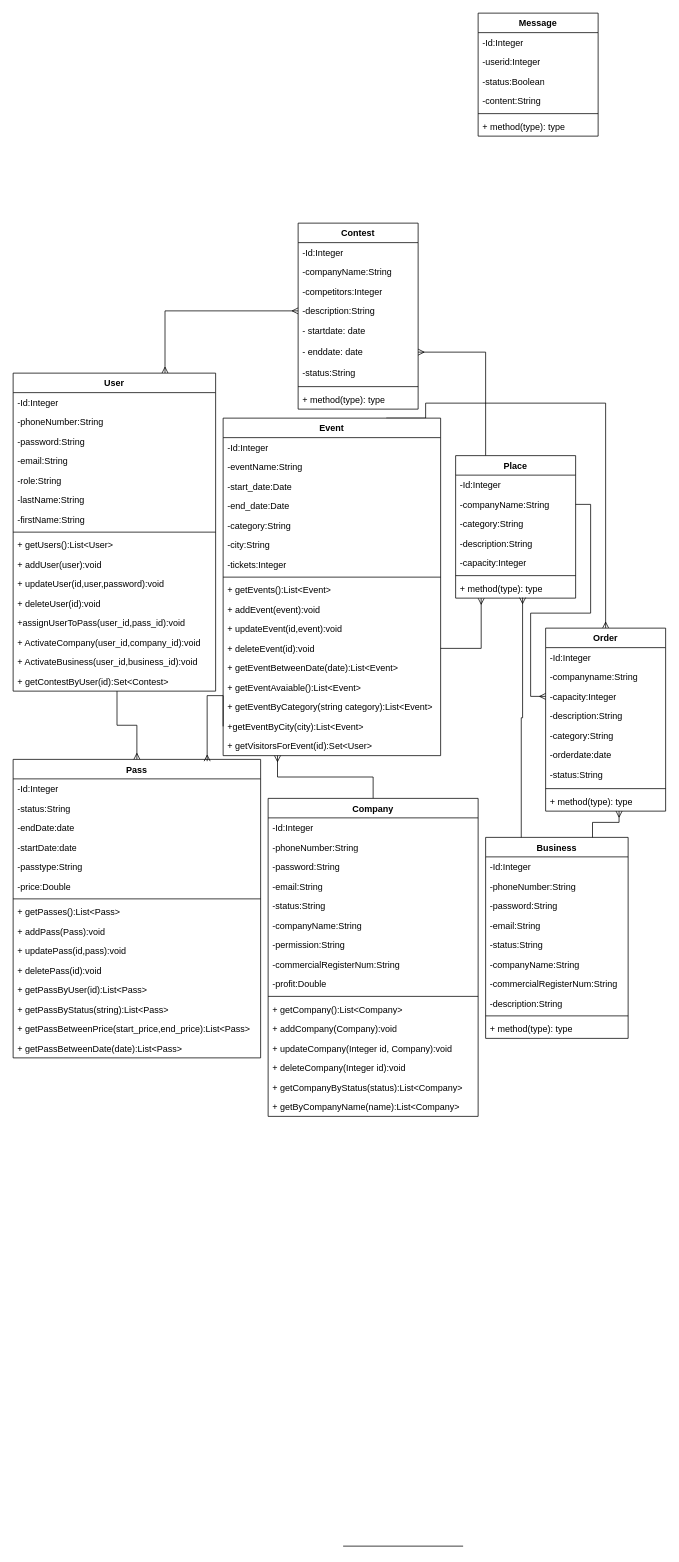
The draw.io diagram Capstone3Diagram.drawio in Ab700700/Capstone3, before the edit. Source tidied: cells renumbered, new cells numbered last; positions are measured from the earlier drawing's top-left corner, leaving out a move shared by most shapes. Both pictures are drawn from the tidied source at 75%, with x=0, y=0 at pixel (13, 13).
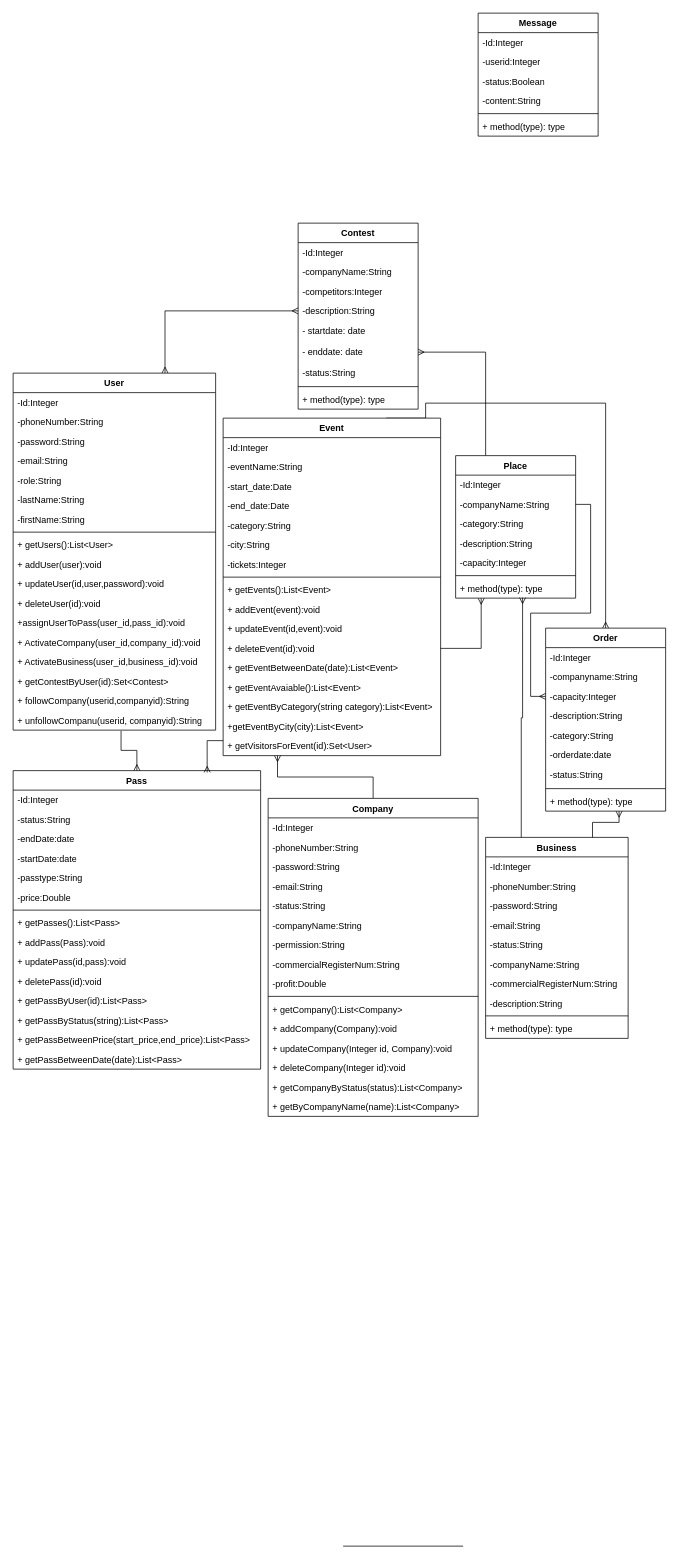
The same diagram, later.

The change refers to these unchanged cells:
```xml
<mxCell id="19" value="+ getContestByUser(id):Set&amp;lt;Contest&amp;gt;" style="text;strokeColor=none;fillColor=none;align=left;verticalAlign=top;spacingLeft=4;spacingRight=4;overflow=hidden;points=[[0,0.5],[1,0.5]];portConstraint=eastwest;whiteSpace=wrap;html=1;" parent="3" vertex="1">
  <mxGeometry y="398" width="270" height="26" as="geometry" />
</mxCell>
<mxCell id="37" value="+getEventByCity(city):List&amp;lt;Event&amp;gt;" style="text;strokeColor=none;fillColor=none;align=left;verticalAlign=top;spacingLeft=4;spacingRight=4;overflow=hidden;points=[[0,0.5],[1,0.5]];portConstraint=eastwest;whiteSpace=wrap;html=1;" parent="21" vertex="1">
  <mxGeometry y="398" width="290" height="26" as="geometry" />
</mxCell>
<mxCell id="38" value="+ getVisitorsForEvent(id):Set&amp;lt;User&amp;gt;" style="text;strokeColor=none;fillColor=none;align=left;verticalAlign=top;spacingLeft=4;spacingRight=4;overflow=hidden;points=[[0,0.5],[1,0.5]];portConstraint=eastwest;whiteSpace=wrap;html=1;" parent="21" vertex="1">
  <mxGeometry y="424" width="290" height="26" as="geometry" />
</mxCell>
```

What changed in the source:
```diff
@@
     <mxCell id="3" value="User" style="swimlane;fontStyle=1;align=center;verticalAlign=top;horizontal=1;startSize=26;whiteSpace=wrap;html=1;" parent="1" vertex="1">
-      <mxGeometry y="480" width="270" height="424" as="geometry" />
+      <mxGeometry y="480" width="270" height="476" as="geometry" />
     </mxCell>
@@
+    <mxCell id="127" value="+ followCompany(userid,companyid):String" style="text;strokeColor=none;fillColor=none;align=left;verticalAlign=top;spacingLeft=4;spacingRight=4;overflow=hidden;whiteSpace=wrap;html=1;" parent="3" vertex="1">
+      <mxGeometry y="424" width="270" height="26" as="geometry" />
+    </mxCell>
+    <mxCell id="128" value="+ unfollowCompanu(userid, companyid):String" style="text;strokeColor=none;fillColor=none;align=left;verticalAlign=top;spacingLeft=4;spacingRight=4;overflow=hidden;points=[[0,0.5],[1,0.5]];portConstraint=eastwest;whiteSpace=wrap;html=1;" parent="3" vertex="1">
+      <mxGeometry y="450" width="270" height="26" as="geometry" />
+    </mxCell>
@@
     <mxCell id="58" value="Pass" style="swimlane;fontStyle=1;align=center;verticalAlign=top;horizontal=1;startSize=26;whiteSpace=wrap;html=1;" parent="1" vertex="1">
-      <mxGeometry y="995" width="330" height="398" as="geometry" />
+      <mxGeometry y="1010" width="330" height="398" as="geometry" />
     </mxCell>
@@
-    <mxCell id="123" style="edgeStyle=orthogonalEdgeStyle;rounded=0;jettySize=auto;html=1;exitX=0.5;exitY=0;exitDx=0;exitDy=0;entryX=0.513;entryY=1;entryDx=0;entryDy=0;entryPerimeter=0;endArrow=none;endFill=0;startArrow=ERmany;startFill=0;" parent="1" edge="1" source="58" target="19">
+    <mxCell id="123" style="edgeStyle=orthogonalEdgeStyle;rounded=0;jettySize=auto;html=1;exitX=0.5;exitY=0;exitDx=0;exitDy=0;entryX=0.533;entryY=1.038;entryDx=0;entryDy=0;entryPerimeter=0;endArrow=none;endFill=0;startArrow=ERmany;startFill=0;" parent="1" edge="1" source="58" target="128">
       <mxGeometry relative="1" as="geometry" />
     </mxCell>
@@
-    <mxCell id="125" style="edgeStyle=orthogonalEdgeStyle;rounded=0;jettySize=auto;html=1;exitX=0;exitY=0.5;exitDx=0;exitDy=0;entryX=0.784;entryY=0.006;entryDx=0;entryDy=0;entryPerimeter=0;endArrow=ERmany;endFill=0;" parent="1" edge="1" source="37" target="58">
+    <mxCell id="125" style="edgeStyle=orthogonalEdgeStyle;rounded=0;jettySize=auto;html=1;exitX=0;exitY=0.231;exitDx=0;exitDy=0;entryX=0.784;entryY=0.006;entryDx=0;entryDy=0;entryPerimeter=0;endArrow=ERmany;endFill=0;exitPerimeter=0;" parent="1" edge="1" source="38" target="58">
       <mxGeometry relative="1" as="geometry">
         <Array as="points">
-          <mxPoint x="280" y="910" />
-          <mxPoint x="259" y="910" />
+          <mxPoint x="259" y="970" />
         </Array>
       </mxGeometry>
     </mxCell>
```
